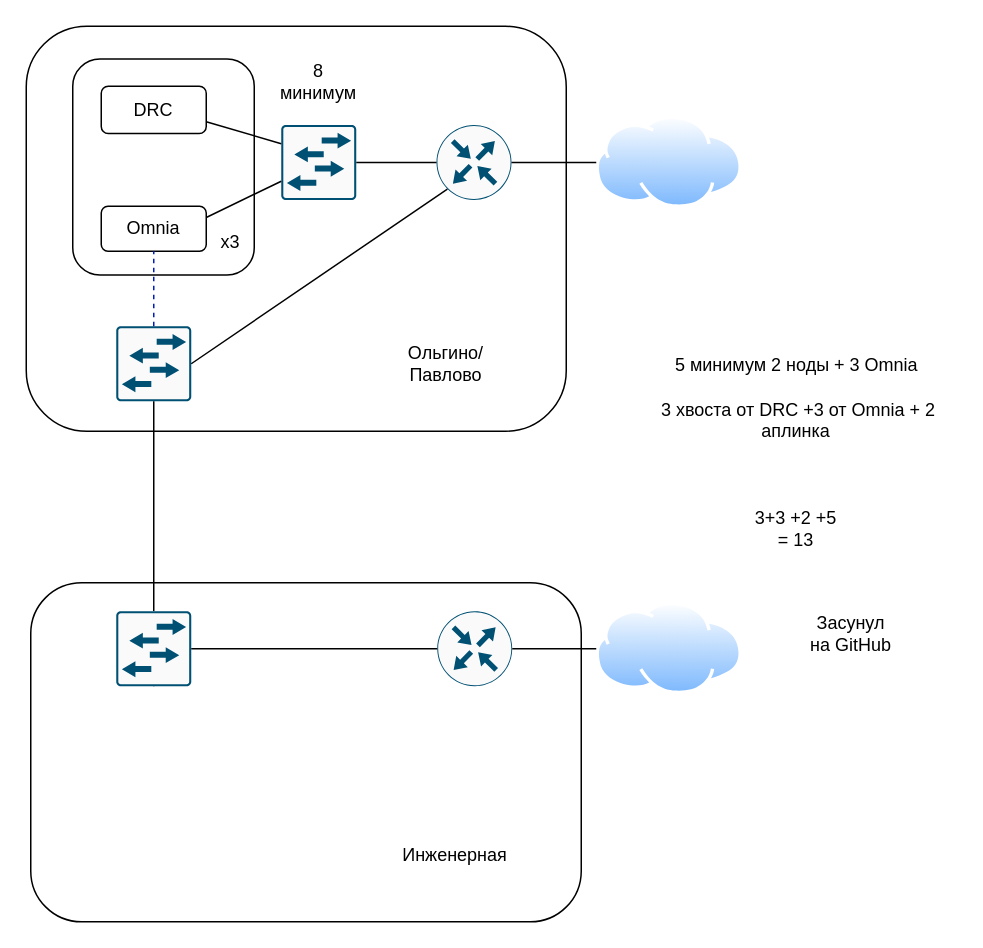
Above: page "Страница — 1" (1 of 2) of Питер.drawio in lovtsovk/RMG_SCHEMES (draw.io), before the change. Source tidied: cells renumbered, new cells numbered last; positions are measured from the earlier drawing's top-left corner, leaving out a move shared by most shapes. Both pictures are drawn from the tidied source at 150%, with x=0, y=0 at pixel (26, 26).
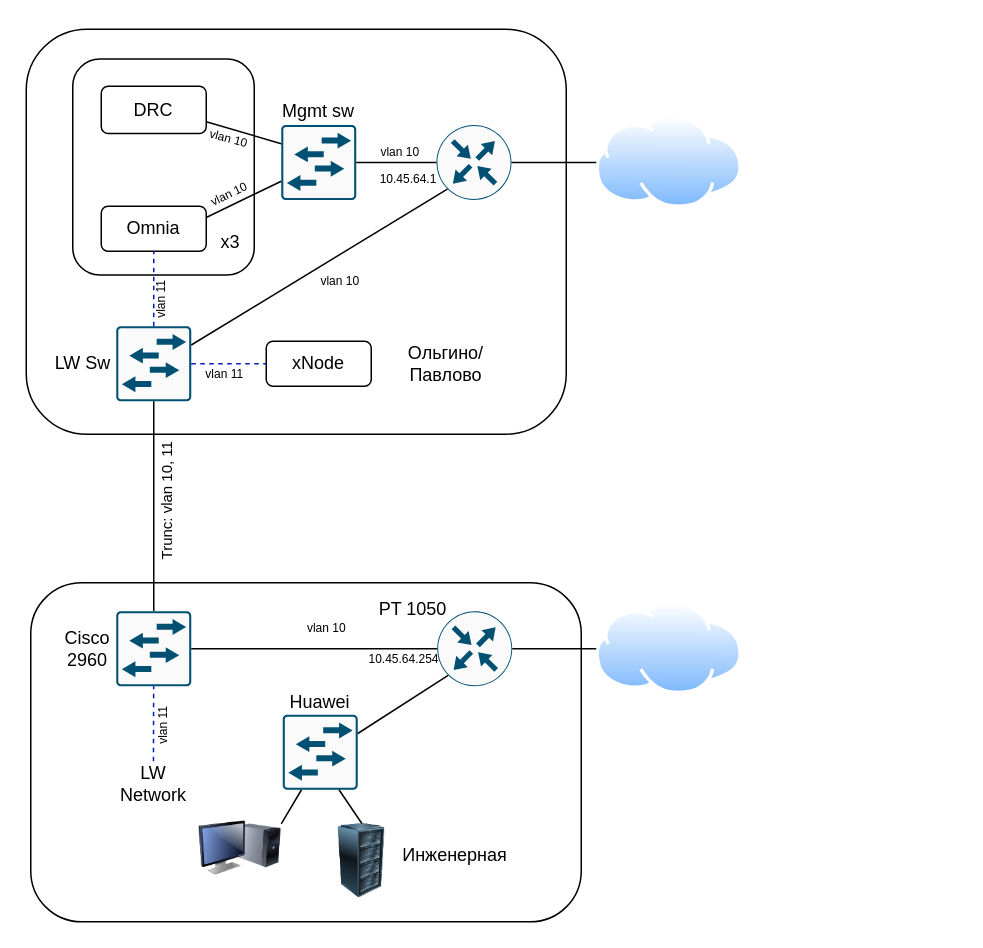
The same diagram, later.

Commit message:
Добавил VLAN Trunk и т.п.

The change refers to these unchanged cells:
```xml
<mxCell id="5" style="sketch=0;points=[[0.5,0,0],[1,0.5,0],[0.5,1,0],[0,0.5,0],[0.145,0.145,0],[0.8555,0.145,0],[0.855,0.8555,0],[0.145,0.855,0]];verticalLabelPosition=bottom;html=1;verticalAlign=top;align=center;shape=mxgraph.cisco19.rect;prIcon=router;fillColor=#FAFAFA;strokeColor=#005073;" parent="1" vertex="1">
  <mxGeometry x="273.5" y="65.8" width="50" height="50" as="geometry" />
</mxCell>
<mxCell id="7" style="sketch=0;points=[[0.015,0.015,0],[0.985,0.015,0],[0.985,0.985,0],[0.015,0.985,0],[0.25,0,0],[0.5,0,0],[0.75,0,0],[1,0.25,0],[1,0.5,0],[1,0.75,0],[0.75,1,0],[0.5,1,0],[0.25,1,0],[0,0.75,0],[0,0.5,0],[0,0.25,0]];verticalLabelPosition=bottom;html=1;verticalAlign=top;align=center;shape=mxgraph.cisco19.rect;prIcon=l2_switch;fillColor=#FAFAFA;strokeColor=#005073;" parent="1" vertex="1">
  <mxGeometry x="60" y="200" width="50" height="50" as="geometry" />
</mxCell>
<mxCell id="21" style="sketch=0;points=[[0.015,0.015,0],[0.985,0.015,0],[0.985,0.985,0],[0.015,0.985,0],[0.25,0,0],[0.5,0,0],[0.75,0,0],[1,0.25,0],[1,0.5,0],[1,0.75,0],[0.75,1,0],[0.5,1,0],[0.25,1,0],[0,0.75,0],[0,0.5,0],[0,0.25,0]];verticalLabelPosition=bottom;html=1;verticalAlign=top;align=center;shape=mxgraph.cisco19.rect;prIcon=l2_switch;fillColor=#FAFAFA;strokeColor=#005073;" parent="1" vertex="1">
  <mxGeometry x="60" y="390" width="50" height="50" as="geometry" />
</mxCell>
<mxCell id="23" style="sketch=0;points=[[0.5,0,0],[1,0.5,0],[0.5,1,0],[0,0.5,0],[0.145,0.145,0],[0.8555,0.145,0],[0.855,0.8555,0],[0.145,0.855,0]];verticalLabelPosition=bottom;html=1;verticalAlign=top;align=center;shape=mxgraph.cisco19.rect;prIcon=router;fillColor=#FAFAFA;strokeColor=#005073;" parent="1" vertex="1">
  <mxGeometry x="274" y="390" width="50" height="50" as="geometry" />
</mxCell>
```

What changed in the source:
```diff
@@
     <mxCell id="3" style="rounded=1;whiteSpace=wrap;html=1;" parent="1" vertex="1">
-      <mxGeometry width="360" height="270" as="geometry" />
+      <mxGeometry y="2" width="360" height="270" as="geometry" />
     </mxCell>
@@
-    <mxCell id="19" style="endArrow=none;html=1;rounded=0;entryX=0.145;entryY=0.855;entryDx=0;entryDy=0;entryPerimeter=0;exitX=1;exitY=0.5;exitDx=0;exitDy=0;exitPerimeter=0;" parent="1" edge="1" source="7" target="5">
+    <mxCell id="19" style="endArrow=none;html=1;rounded=0;entryX=0.145;entryY=0.855;entryDx=0;entryDy=0;entryPerimeter=0;exitX=1;exitY=0.25;exitDx=0;exitDy=0;exitPerimeter=0;" parent="1" edge="1" source="7" target="5">
       <mxGeometry relative="1" as="geometry" />
     </mxCell>
@@
-    <mxCell id="27" value="8 минимум" style="text;html=1;align=center;verticalAlign=middle;whiteSpace=wrap;rounded=0;" parent="1" vertex="1">
-      <mxGeometry x="165" y="21.8" width="60" height="30" as="geometry" />
-    </mxCell>
-    <mxCell id="28" value="5 минимум 2 ноды + 3 Omnia&amp;nbsp;&lt;div&gt;&lt;br&gt;&lt;div&gt;&lt;br&gt;&lt;/div&gt;&lt;/div&gt;" style="text;html=1;align=center;verticalAlign=middle;strokeColor=none;fillColor=none;" parent="1" vertex="1">
-      <mxGeometry x="420" y="210" width="190" height="60" as="geometry" />
-    </mxCell>
-    <mxCell id="29" value="3 хвоста от DRC +3 от Omnia + 2 аплинка&amp;nbsp;&lt;div&gt;&lt;span style=&quot;background-color: transparent; color: light-dark(rgb(0, 0, 0), rgb(255, 255, 255));&quot;&gt;&amp;nbsp;&lt;/span&gt;&lt;/div&gt;" style="text;html=1;align=center;verticalAlign=middle;whiteSpace=wrap;rounded=0;" parent="1" vertex="1">
-      <mxGeometry x="410" y="250" width="210" height="40" as="geometry" />
-    </mxCell>
-    <mxCell id="30" value="3+3 +2 +5&amp;nbsp; = 13&amp;nbsp;" style="text;html=1;align=center;verticalAlign=middle;whiteSpace=wrap;rounded=0;" parent="1" vertex="1">
-      <mxGeometry x="485" y="320" width="60" height="30" as="geometry" />
-    </mxCell>
-    <mxCell id="31" value="Засунул на GitHub" style="text;html=1;align=center;verticalAlign=middle;whiteSpace=wrap;rounded=0;" parent="1" vertex="1">
-      <mxGeometry x="520" y="390" width="60" height="30" as="geometry" />
-    </mxCell>
+    <mxCell id="32" value="xNode" style="rounded=1;whiteSpace=wrap;html=1;" parent="1" vertex="1">
+      <mxGeometry x="160" y="210" width="70" height="30" as="geometry" />
+    </mxCell>
+    <mxCell id="33" style="endArrow=none;html=1;rounded=0;entryX=0;entryY=0.5;entryDx=0;entryDy=0;exitX=1;exitY=0.5;exitDx=0;exitDy=0;exitPerimeter=0;fillColor=#0050ef;strokeColor=#001DBC;dashed=1;" parent="1" edge="1" source="7" target="32">
+      <mxGeometry relative="1" as="geometry" />
+    </mxCell>
+    <mxCell id="34" value="LW Sw" style="text;html=1;align=center;verticalAlign=middle;whiteSpace=wrap;rounded=0;" parent="1" vertex="1">
+      <mxGeometry x="8" y="210" width="60" height="30" as="geometry" />
+    </mxCell>
+    <mxCell id="35" value="vlan 10" style="text;html=1;align=center;verticalAlign=middle;whiteSpace=wrap;rounded=0;fontSize=8;" parent="1" vertex="1">
+      <mxGeometry x="180" y="154" width="59" height="31" as="geometry" />
+    </mxCell>
+    <mxCell id="36" value="vlan 10" style="text;html=1;align=center;verticalAlign=middle;whiteSpace=wrap;rounded=0;fontSize=8;" parent="1" vertex="1">
+      <mxGeometry x="220" y="68.8" width="59" height="31" as="geometry" />
+    </mxCell>
+    <mxCell id="37" value="Mgmt sw" style="text;html=1;align=center;verticalAlign=middle;whiteSpace=wrap;rounded=0;" parent="1" vertex="1">
+      <mxGeometry x="165" y="42" width="60" height="30" as="geometry" />
+    </mxCell>
+    <mxCell id="38" value="&lt;font style=&quot;font-size: 8px;&quot;&gt;vlan 10&lt;/font&gt;" style="text;html=1;align=center;verticalAlign=middle;whiteSpace=wrap;rounded=0;" parent="1" vertex="1">
+      <mxGeometry x="171" y="384.2" width="59" height="31" as="geometry" />
+    </mxCell>
+    <mxCell id="39" value="Trunc: vlan 10, 11" style="text;html=1;align=center;verticalAlign=middle;whiteSpace=wrap;rounded=0;fontSize=10;rotation=-90;" parent="1" vertex="1">
+      <mxGeometry x="43" y="301" width="100" height="31" as="geometry" />
+    </mxCell>
+    <mxCell id="40" value="10.45.64.254" style="text;html=1;align=center;verticalAlign=middle;whiteSpace=wrap;rounded=0;fontSize=8;" parent="1" vertex="1">
+      <mxGeometry x="232" y="417.2" width="40" height="10" as="geometry" />
+    </mxCell>
+    <mxCell id="41" value="10.45.64.1" style="text;html=1;align=center;verticalAlign=middle;whiteSpace=wrap;rounded=0;fontSize=8;" parent="1" vertex="1">
+      <mxGeometry x="235" y="96.8" width="40" height="10" as="geometry" />
+    </mxCell>
+    <mxCell id="42" style="endArrow=none;html=1;rounded=0;exitX=0.5;exitY=0;exitDx=0;exitDy=0;exitPerimeter=0;fillColor=#0050ef;strokeColor=#001DBC;dashed=1;" parent="1" edge="1" target="21">
+      <mxGeometry relative="1" as="geometry">
+        <mxPoint x="84.8" y="490" as="sourcePoint" />
+      </mxGeometry>
+    </mxCell>
+    <mxCell id="43" value="Cisco 2960" style="text;html=1;align=center;verticalAlign=middle;whiteSpace=wrap;rounded=0;" parent="1" vertex="1">
+      <mxGeometry x="11" y="400" width="60" height="30" as="geometry" />
+    </mxCell>
+    <mxCell id="44" value="LW Network" style="text;html=1;align=center;verticalAlign=middle;whiteSpace=wrap;rounded=0;" parent="1" vertex="1">
+      <mxGeometry x="55" y="490" width="60" height="30" as="geometry" />
+    </mxCell>
+    <mxCell id="45" value="vlan 10" style="text;html=1;align=center;verticalAlign=middle;whiteSpace=wrap;rounded=0;rotation=334;fontSize=8;" parent="1" vertex="1">
+      <mxGeometry x="106" y="96.8" width="59" height="31" as="geometry" />
+    </mxCell>
+    <mxCell id="46" value="vlan 10" style="text;html=1;align=center;verticalAlign=middle;whiteSpace=wrap;rounded=0;rotation=15;fontSize=8;" parent="1" vertex="1">
+      <mxGeometry x="106" y="59" width="59" height="31" as="geometry" />
+    </mxCell>
+    <mxCell id="47" value="vlan 11" style="text;html=1;align=center;verticalAlign=middle;whiteSpace=wrap;rounded=0;rotation=-90;fontSize=8;" parent="1" vertex="1">
+      <mxGeometry x="61" y="166.8" width="59" height="31" as="geometry" />
+    </mxCell>
+    <mxCell id="48" value="vlan 11" style="text;html=1;align=center;verticalAlign=middle;whiteSpace=wrap;rounded=0;rotation=0;fontSize=8;" parent="1" vertex="1">
+      <mxGeometry x="103" y="216" width="59" height="31" as="geometry" />
+    </mxCell>
+    <mxCell id="49" value="vlan 11" style="text;html=1;align=center;verticalAlign=middle;whiteSpace=wrap;rounded=0;rotation=-90;fontSize=8;" parent="1" vertex="1">
+      <mxGeometry x="62" y="450.8" width="59" height="31" as="geometry" />
+    </mxCell>
+    <mxCell id="50" value="PT 1050" style="text;html=1;align=center;verticalAlign=middle;whiteSpace=wrap;rounded=0;" parent="1" vertex="1">
+      <mxGeometry x="228" y="374" width="60" height="30" as="geometry" />
+    </mxCell>
+    <mxCell id="51" style="sketch=0;points=[[0.015,0.015,0],[0.985,0.015,0],[0.985,0.985,0],[0.015,0.985,0],[0.25,0,0],[0.5,0,0],[0.75,0,0],[1,0.25,0],[1,0.5,0],[1,0.75,0],[0.75,1,0],[0.5,1,0],[0.25,1,0],[0,0.75,0],[0,0.5,0],[0,0.25,0]];verticalLabelPosition=bottom;html=1;verticalAlign=top;align=center;shape=mxgraph.cisco19.rect;prIcon=l2_switch;fillColor=#FAFAFA;strokeColor=#005073;" parent="1" vertex="1">
+      <mxGeometry x="171" y="459" width="50" height="50" as="geometry" />
+    </mxCell>
+    <mxCell id="52" style="endArrow=none;html=1;rounded=0;entryX=0.145;entryY=0.855;entryDx=0;entryDy=0;entryPerimeter=0;exitX=1;exitY=0.25;exitDx=0;exitDy=0;exitPerimeter=0;" parent="1" edge="1" source="51" target="23">
+      <mxGeometry relative="1" as="geometry" />
+    </mxCell>
+    <mxCell id="53" style="image;html=1;image=img/lib/clip_art/computers/Server_Rack_128x128.png;" parent="1" vertex="1">
+      <mxGeometry x="197.5" y="531.5" width="52.5" height="50" as="geometry" />
+    </mxCell>
+    <mxCell id="54" style="image;html=1;image=img/lib/clip_art/computers/Monitor_Tower_128x128.png;" parent="1" vertex="1">
+      <mxGeometry x="115" y="515.5" width="55" height="65" as="geometry" />
+    </mxCell>
+    <mxCell id="55" style="endArrow=none;html=1;rounded=0;entryX=0.75;entryY=1;entryDx=0;entryDy=0;entryPerimeter=0;exitX=0.5;exitY=0;exitDx=0;exitDy=0;" parent="1" edge="1" source="53" target="51">
+      <mxGeometry relative="1" as="geometry" />
+    </mxCell>
+    <mxCell id="56" value="Hu&lt;span style=&quot;background-color: transparent; color: light-dark(rgb(0, 0, 0), rgb(255, 255, 255));&quot;&gt;awei&lt;/span&gt;" style="text;html=1;align=center;verticalAlign=middle;whiteSpace=wrap;rounded=0;" parent="1" vertex="1">
+      <mxGeometry x="166" y="436" width="60" height="30" as="geometry" />
+    </mxCell>
+    <mxCell id="57" style="endArrow=none;html=1;rounded=0;entryX=0.25;entryY=1;entryDx=0;entryDy=0;entryPerimeter=0;exitX=1;exitY=0.25;exitDx=0;exitDy=0;" parent="1" edge="1" source="54" target="51">
+      <mxGeometry relative="1" as="geometry" />
+    </mxCell>
```
